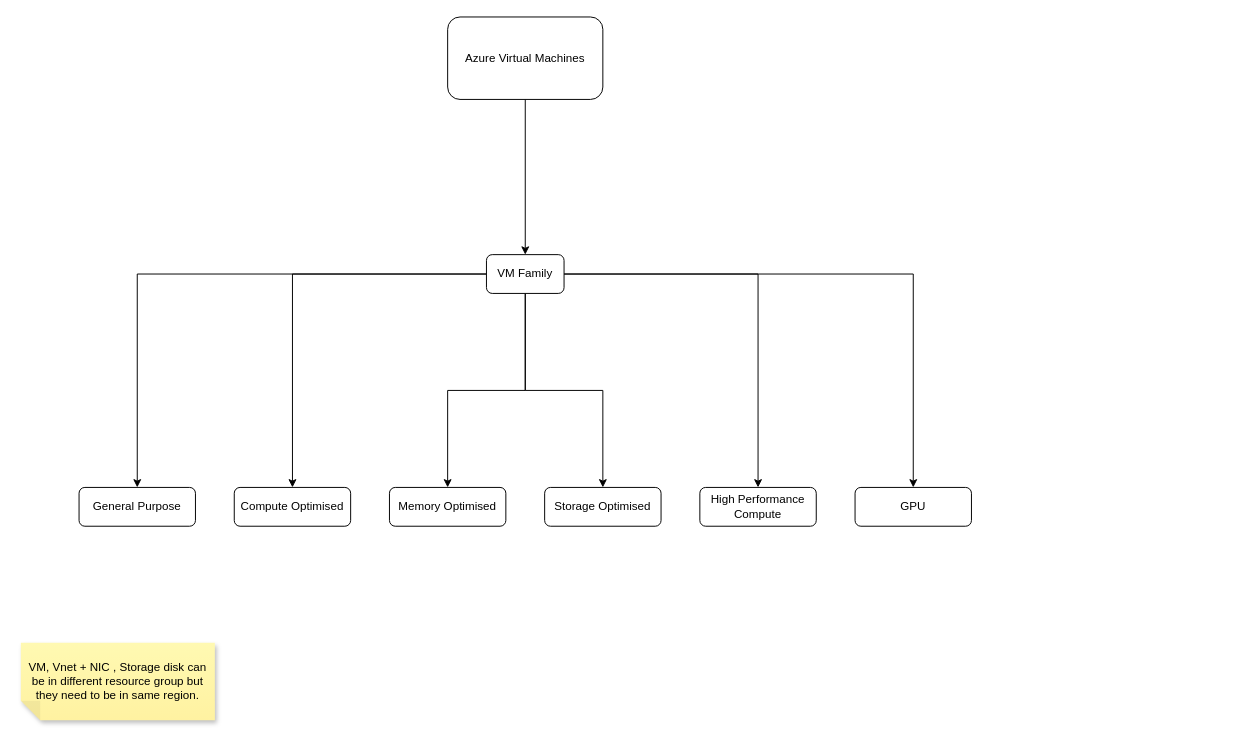
Earlier version of the draw.io diagram Cloud/Azure/Azure Virtual Machines.drawio (FilledVaccum/MindMaps). Source tidied: cells renumbered, new cells numbered last; positions are measured from the earlier drawing's top-left corner, leaving out a move shared by most shapes. Both pictures are drawn from the tidied source at 97%, with x=0, y=0 at pixel (20, 16).
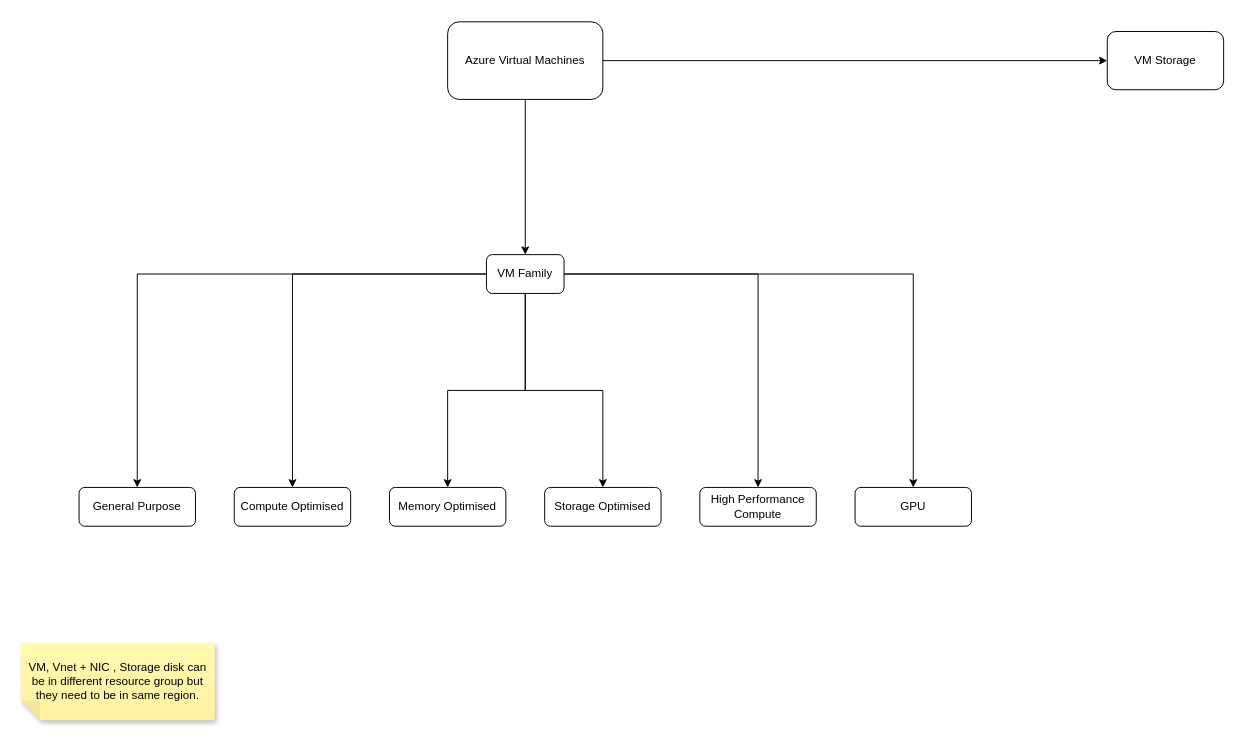
After the change.

Diff of the diagram source:
```diff
@@
 <mxGraphModel>
   <root>
     <mxCell id="0" />
     <mxCell id="1" parent="0" />
     <mxCell id="2" style="edgeStyle=orthogonalEdgeStyle;rounded=0;jettySize=auto;html=1;" parent="1" edge="1" source="3" target="10">
       <mxGeometry relative="1" as="geometry" />
     </mxCell>
+    <mxCell id="18" style="edgeStyle=orthogonalEdgeStyle;rounded=0;jettySize=auto;html=1;" parent="1" edge="1" source="3" target="19">
+      <mxGeometry relative="1" as="geometry" />
+    </mxCell>
     <mxCell id="3" value="Azure Virtual Machines" style="rounded=1;whiteSpace=wrap;html=1;" parent="1" vertex="1">
-      <mxGeometry x="440" width="160" height="85" as="geometry" />
+      <mxGeometry x="440" y="5" width="160" height="80" as="geometry" />
     </mxCell>
     <mxCell id="4" style="edgeStyle=orthogonalEdgeStyle;rounded=0;jettySize=auto;html=1;" parent="1" edge="1" source="10" target="11">
       <mxGeometry relative="1" as="geometry" />
     </mxCell>
     <mxCell id="5" style="edgeStyle=orthogonalEdgeStyle;rounded=0;jettySize=auto;html=1;" parent="1" edge="1" source="10" target="12">
       <mxGeometry relative="1" as="geometry" />
     </mxCell>
     <mxCell id="6" style="edgeStyle=orthogonalEdgeStyle;rounded=0;jettySize=auto;html=1;" parent="1" edge="1" source="10" target="13">
       <mxGeometry relative="1" as="geometry" />
     </mxCell>
     <mxCell id="7" style="edgeStyle=orthogonalEdgeStyle;rounded=0;jettySize=auto;html=1;" parent="1" edge="1" source="10" target="14">
       <mxGeometry relative="1" as="geometry" />
     </mxCell>
     <mxCell id="8" style="edgeStyle=orthogonalEdgeStyle;rounded=0;jettySize=auto;html=1;" parent="1" edge="1" source="10" target="15">
       <mxGeometry relative="1" as="geometry" />
     </mxCell>
     <mxCell id="9" style="edgeStyle=orthogonalEdgeStyle;rounded=0;jettySize=auto;html=1;" parent="1" edge="1" source="10" target="16">
       <mxGeometry relative="1" as="geometry" />
     </mxCell>
     <mxCell id="10" value="VM Family" style="whiteSpace=wrap;html=1;rounded=1;" parent="1" vertex="1">
       <mxGeometry x="480" y="245" width="80" height="40" as="geometry" />
     </mxCell>
     <mxCell id="11" value="General Purpose" style="whiteSpace=wrap;html=1;rounded=1;" parent="1" vertex="1">
       <mxGeometry x="60" y="485" width="120" height="40" as="geometry" />
     </mxCell>
     <mxCell id="12" value="Compute Optimised" style="whiteSpace=wrap;html=1;rounded=1;" parent="1" vertex="1">
       <mxGeometry x="220" y="485" width="120" height="40" as="geometry" />
     </mxCell>
     <mxCell id="13" value="Memory Optimised" style="whiteSpace=wrap;html=1;rounded=1;" parent="1" vertex="1">
       <mxGeometry x="380" y="485" width="120" height="40" as="geometry" />
     </mxCell>
     <mxCell id="14" value="Storage Optimised" style="whiteSpace=wrap;html=1;rounded=1;" parent="1" vertex="1">
       <mxGeometry x="540" y="485" width="120" height="40" as="geometry" />
     </mxCell>
     <mxCell id="15" value="High Performance Compute" style="whiteSpace=wrap;html=1;rounded=1;" parent="1" vertex="1">
       <mxGeometry x="700" y="485" width="120" height="40" as="geometry" />
     </mxCell>
     <mxCell id="16" value="GPU" style="whiteSpace=wrap;html=1;rounded=1;" parent="1" vertex="1">
       <mxGeometry x="860" y="485" width="120" height="40" as="geometry" />
     </mxCell>
     <mxCell id="17" value="VM, Vnet + NIC , Storage disk can be in different resource group but they need to be in same region." style="shape=note;whiteSpace=wrap;html=1;backgroundOutline=1;fontColor=#000000;darkOpacity=0.05;fillColor=#FFF9B2;strokeColor=none;fillStyle=solid;direction=west;gradientDirection=north;gradientColor=#FFF2A1;shadow=1;size=20;" parent="1" vertex="1">
       <mxGeometry y="645" width="200" height="80" as="geometry" />
     </mxCell>
+    <mxCell id="19" value="VM Storage" style="whiteSpace=wrap;html=1;rounded=1;" parent="1" vertex="1">
+      <mxGeometry x="1120" y="15" width="120" height="60" as="geometry" />
+    </mxCell>
   </root>
 </mxGraphModel>
```
